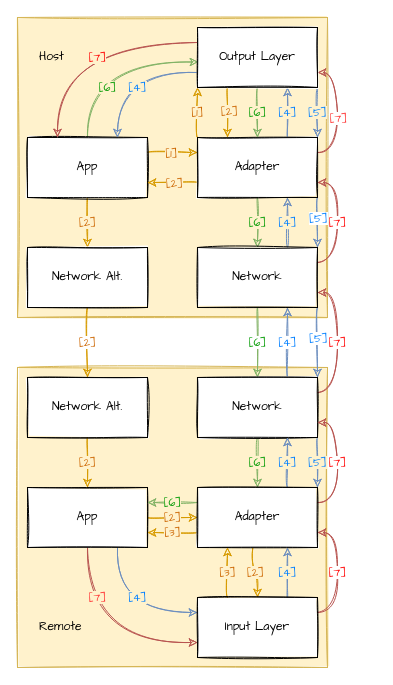
This is protocol.drawio from loreanvictor/observables-over-boundary, a draw.io file, before an edit. Source tidied: cells renumbered, new cells numbered last; positions are measured from the earlier drawing's top-left corner, leaving out a move shared by most shapes. Both pictures are drawn from the tidied source at 100%, with x=0, y=0 at pixel (17, 17).
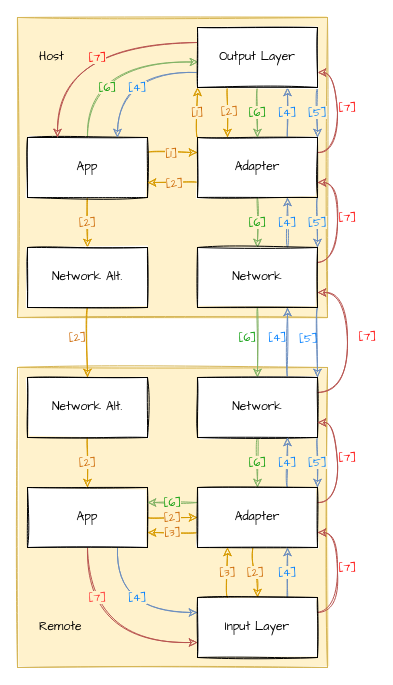
Above is the later version.

Unchanged cells that the change refers to:
```xml
<mxCell id="19" value="Adapter" style="whiteSpace=wrap;html=1;sketch=1;fontFamily=Comic Sans MS;" parent="1" vertex="1">
  <mxGeometry x="180" y="120" width="120" height="60" as="geometry" />
</mxCell>
<mxCell id="26" value="Output Layer" style="whiteSpace=wrap;html=1;sketch=1;fontFamily=Comic Sans MS;" parent="1" vertex="1">
  <mxGeometry x="180" y="10" width="120" height="60" as="geometry" />
</mxCell>
<mxCell id="28" value="Network Alt." style="whiteSpace=wrap;html=1;sketch=1;fontFamily=Comic Sans MS;" parent="1" vertex="1">
  <mxGeometry x="10" y="230" width="120" height="60" as="geometry" />
</mxCell>
<mxCell id="30" style="edgeStyle=orthogonalEdgeStyle;jettySize=auto;html=1;exitX=1;exitY=1;exitDx=0;exitDy=0;entryX=1;entryY=0;entryDx=0;entryDy=0;curved=1;sketch=1;fillColor=#dae8fc;strokeColor=#6c8ebf;fontFamily=Comic Sans MS;fontColor=#007FFF;" parent="1" edge="1" source="34" target="47">
  <mxGeometry relative="1" as="geometry" />
</mxCell>
<mxCell id="34" value="Network" style="whiteSpace=wrap;html=1;sketch=1;fontFamily=Comic Sans MS;" parent="1" vertex="1">
  <mxGeometry x="180" y="230" width="120" height="60" as="geometry" />
</mxCell>
<mxCell id="38" value="Network Alt." style="whiteSpace=wrap;html=1;sketch=1;fontFamily=Comic Sans MS;" parent="1" vertex="1">
  <mxGeometry x="10" y="360" width="120" height="60" as="geometry" />
</mxCell>
<mxCell id="47" value="Network" style="whiteSpace=wrap;html=1;sketch=1;fontFamily=Comic Sans MS;" parent="1" vertex="1">
  <mxGeometry x="180" y="360" width="120" height="60" as="geometry" />
</mxCell>
<mxCell id="53" value="Adapter" style="whiteSpace=wrap;html=1;sketch=1;fontFamily=Comic Sans MS;" parent="1" vertex="1">
  <mxGeometry x="180" y="470" width="120" height="60" as="geometry" />
</mxCell>
<mxCell id="57" value="Input Layer" style="whiteSpace=wrap;html=1;sketch=1;fontFamily=Comic Sans MS;" parent="1" vertex="1">
  <mxGeometry x="180" y="580" width="120" height="60" as="geometry" />
</mxCell>
```

What changed in the source:
```diff
@@
-    <mxCell id="14" style="edgeStyle=orthogonalEdgeStyle;jettySize=auto;html=1;exitX=1;exitY=1;exitDx=0;exitDy=0;entryX=1;entryY=0;entryDx=0;entryDy=0;curved=1;sketch=1;fillColor=#dae8fc;strokeColor=#6c8ebf;fontFamily=Comic Sans MS;fontColor=#007FFF;labelBackgroundColor=#FFF2CC;" parent="1" edge="1" source="19" target="34">
+    <mxCell id="14" value="[5]" style="edgeStyle=orthogonalEdgeStyle;jettySize=auto;html=1;exitX=1;exitY=1;exitDx=0;exitDy=0;entryX=1;entryY=0;entryDx=0;entryDy=0;curved=1;sketch=1;fillColor=#dae8fc;strokeColor=#6c8ebf;fontFamily=Comic Sans MS;fontColor=#007FFF;labelBackgroundColor=#FFF2CC;" parent="1" edge="1" source="19" target="34">
       <mxGeometry relative="1" as="geometry" />
     </mxCell>
-    <mxCell id="15" value="[5]" style="edgeLabel;html=1;align=center;verticalAlign=middle;sketch=1;fontFamily=Comic Sans MS;fontColor=#007FFF;" parent="14" vertex="1">
-      <mxGeometry x="-0.48" y="-1" relative="1" as="geometry">
-        <mxPoint x="1" y="7.1" as="offset" />
-      </mxGeometry>
-    </mxCell>
@@
-    <mxCell id="17" style="edgeStyle=orthogonalEdgeStyle;jettySize=auto;html=1;exitX=1;exitY=0.25;exitDx=0;exitDy=0;entryX=1;entryY=0.75;entryDx=0;entryDy=0;curved=1;sketch=1;fontFamily=Comic Sans MS;fillColor=#f8cecc;strokeColor=#b85450;fontColor=#FF0000;" parent="1" edge="1" source="19" target="26">
-      <mxGeometry relative="1" as="geometry" />
+    <mxCell id="17" value="[7]" style="edgeStyle=orthogonalEdgeStyle;jettySize=auto;html=1;exitX=1;exitY=0.25;exitDx=0;exitDy=0;entryX=1;entryY=0.75;entryDx=0;entryDy=0;curved=1;sketch=1;fontFamily=Comic Sans MS;fillColor=#f8cecc;strokeColor=#b85450;fontColor=#FF0000;labelBackgroundColor=none;" parent="1" edge="1" source="19" target="26">
+      <mxGeometry x="0.08" y="-10" relative="1" as="geometry" />
     </mxCell>
-    <mxCell id="18" value="[7]" style="edgeLabel;html=1;align=center;verticalAlign=middle;sketch=1;fontFamily=Comic Sans MS;fontColor=#FF3333;labelBackgroundColor=#ffffff;" parent="17" vertex="1">
-      <mxGeometry x="-0.09" relative="1" as="geometry" />
-    </mxCell>
@@
-    <mxCell id="27" value="[2]" style="edgeStyle=orthogonalEdgeStyle;jettySize=auto;html=1;exitX=0.5;exitY=1;exitDx=0;exitDy=0;entryX=0.5;entryY=0;entryDx=0;entryDy=0;curved=1;fillColor=#ffe6cc;strokeColor=#d79b00;sketch=1;fontFamily=Comic Sans MS;fontColor=#CC6600;" parent="1" edge="1" source="28" target="38">
-      <mxGeometry relative="1" as="geometry" />
+    <mxCell id="27" value="[2]" style="edgeStyle=orthogonalEdgeStyle;jettySize=auto;html=1;exitX=0.5;exitY=1;exitDx=0;exitDy=0;entryX=0.5;entryY=0;entryDx=0;entryDy=0;curved=1;fillColor=#ffe6cc;strokeColor=#d79b00;sketch=1;fontFamily=Comic Sans MS;fontColor=#CC6600;labelBackgroundColor=none;" parent="1" edge="1" source="28" target="38">
+      <mxGeometry x="-0.14" y="-10" relative="1" as="geometry" />
     </mxCell>
@@
-    <mxCell id="31" value="[5]" style="edgeLabel;html=1;align=center;verticalAlign=middle;sketch=1;fontFamily=Comic Sans MS;fontColor=#007FFF;" parent="30" vertex="1">
+    <mxCell id="31" value="[5]" style="edgeLabel;html=1;align=center;verticalAlign=middle;sketch=1;fontFamily=Comic Sans MS;fontColor=#007FFF;labelBackgroundColor=none;" parent="30" vertex="1">
       <mxGeometry x="0.25" relative="1" as="geometry">
-        <mxPoint y="-13.8" as="offset" />
+        <mxPoint x="-10" y="-13.8" as="offset" />
       </mxGeometry>
     </mxCell>
-    <mxCell id="32" value="[6]" style="edgeStyle=orthogonalEdgeStyle;jettySize=auto;html=1;exitX=0.5;exitY=1;exitDx=0;exitDy=0;entryX=0.5;entryY=0;entryDx=0;entryDy=0;curved=1;sketch=1;fontFamily=Comic Sans MS;fillColor=#d5e8d4;strokeColor=#82b366;fontColor=#009900;" parent="1" edge="1" source="34" target="47">
-      <mxGeometry relative="1" as="geometry" />
+    <mxCell id="32" value="[6]" style="edgeStyle=orthogonalEdgeStyle;jettySize=auto;html=1;exitX=0.5;exitY=1;exitDx=0;exitDy=0;entryX=0.5;entryY=0;entryDx=0;entryDy=0;curved=1;sketch=1;fontFamily=Comic Sans MS;fillColor=#d5e8d4;strokeColor=#82b366;fontColor=#009900;labelBackgroundColor=none;" parent="1" edge="1" source="34" target="47">
+      <mxGeometry x="-0.14" y="-10" relative="1" as="geometry" />
     </mxCell>
-    <mxCell id="33" value="[7]" style="edgeStyle=orthogonalEdgeStyle;jettySize=auto;html=1;exitX=1;exitY=0.25;exitDx=0;exitDy=0;entryX=1;entryY=0.75;entryDx=0;entryDy=0;curved=1;sketch=1;fontFamily=Comic Sans MS;fillColor=#f8cecc;strokeColor=#b85450;fontColor=#FF0000;" parent="1" edge="1" source="34" target="19">
-      <mxGeometry relative="1" as="geometry" />
+    <mxCell id="33" value="[7]" style="edgeStyle=orthogonalEdgeStyle;jettySize=auto;html=1;exitX=1;exitY=0.25;exitDx=0;exitDy=0;entryX=1;entryY=0.75;entryDx=0;entryDy=0;curved=1;sketch=1;fontFamily=Comic Sans MS;fillColor=#f8cecc;strokeColor=#b85450;fontColor=#FF0000;labelBackgroundColor=none;" parent="1" edge="1" source="34" target="19">
+      <mxGeometry x="0.08" y="-10" relative="1" as="geometry" />
     </mxCell>
@@
-    <mxCell id="43" value="[4]" style="edgeStyle=orthogonalEdgeStyle;jettySize=auto;html=1;exitX=0.75;exitY=0;exitDx=0;exitDy=0;entryX=0.75;entryY=1;entryDx=0;entryDy=0;curved=1;fillColor=#dae8fc;strokeColor=#6c8ebf;sketch=1;fontFamily=Comic Sans MS;fontColor=#007FFF;" parent="1" edge="1" source="47" target="34">
-      <mxGeometry relative="1" as="geometry" />
+    <mxCell id="43" value="[4]" style="edgeStyle=orthogonalEdgeStyle;jettySize=auto;html=1;exitX=0.75;exitY=0;exitDx=0;exitDy=0;entryX=0.75;entryY=1;entryDx=0;entryDy=0;curved=1;fillColor=#dae8fc;strokeColor=#6c8ebf;sketch=1;fontFamily=Comic Sans MS;fontColor=#007FFF;labelBackgroundColor=none;" parent="1" edge="1" source="47" target="34">
+      <mxGeometry x="0.14" y="10" relative="1" as="geometry" />
     </mxCell>
@@
-    <mxCell id="46" value="[7]" style="edgeStyle=orthogonalEdgeStyle;jettySize=auto;html=1;exitX=1;exitY=0.25;exitDx=0;exitDy=0;entryX=1;entryY=0.75;entryDx=0;entryDy=0;curved=1;sketch=1;fontFamily=Comic Sans MS;fillColor=#f8cecc;strokeColor=#b85450;fontColor=#FF0000;" parent="1" edge="1" source="47" target="34">
-      <mxGeometry relative="1" as="geometry" />
+    <mxCell id="46" value="[7]" style="edgeStyle=orthogonalEdgeStyle;jettySize=auto;html=1;exitX=1;exitY=0.25;exitDx=0;exitDy=0;entryX=1;entryY=0.75;entryDx=0;entryDy=0;curved=1;sketch=1;fontFamily=Comic Sans MS;fillColor=#f8cecc;strokeColor=#b85450;fontColor=#FF0000;labelBackgroundColor=none;" parent="1" edge="1" source="47" target="34">
+      <mxGeometry x="0.07" y="-20" relative="1" as="geometry">
+        <Array as="points">
+          <mxPoint x="330" y="375" />
+          <mxPoint x="330" y="275" />
+        </Array>
+      </mxGeometry>
     </mxCell>
@@
-    <mxCell id="52" value="[7]" style="edgeStyle=orthogonalEdgeStyle;jettySize=auto;html=1;exitX=1;exitY=0.25;exitDx=0;exitDy=0;entryX=1;entryY=0.75;entryDx=0;entryDy=0;curved=1;sketch=1;fontFamily=Comic Sans MS;fillColor=#f8cecc;strokeColor=#b85450;fontColor=#FF0000;" parent="1" edge="1" source="53" target="47">
-      <mxGeometry relative="1" as="geometry" />
+    <mxCell id="52" value="[7]" style="edgeStyle=orthogonalEdgeStyle;jettySize=auto;html=1;exitX=1;exitY=0.25;exitDx=0;exitDy=0;entryX=1;entryY=0.75;entryDx=0;entryDy=0;curved=1;sketch=1;fontFamily=Comic Sans MS;fillColor=#f8cecc;strokeColor=#b85450;fontColor=#FF0000;labelBackgroundColor=none;" parent="1" edge="1" source="53" target="47">
+      <mxGeometry x="0.08" y="-10" relative="1" as="geometry" />
     </mxCell>
@@
-    <mxCell id="56" value="[7]" style="edgeStyle=orthogonalEdgeStyle;curved=1;rounded=1;jettySize=auto;html=1;exitX=1;exitY=0.25;exitDx=0;exitDy=0;entryX=1;entryY=0.75;entryDx=0;entryDy=0;sketch=1;fontFamily=Comic Sans MS;fillColor=#f8cecc;strokeColor=#b85450;fontColor=#FF0000;" parent="1" edge="1" source="57" target="53">
-      <mxGeometry relative="1" as="geometry" />
+    <mxCell id="56" value="[7]" style="edgeStyle=orthogonalEdgeStyle;curved=1;rounded=1;jettySize=auto;html=1;exitX=1;exitY=0.25;exitDx=0;exitDy=0;entryX=1;entryY=0.75;entryDx=0;entryDy=0;sketch=1;fontFamily=Comic Sans MS;fillColor=#f8cecc;strokeColor=#b85450;fontColor=#FF0000;labelBackgroundColor=none;" parent="1" edge="1" source="57" target="53">
+      <mxGeometry x="0.08" y="-10" relative="1" as="geometry" />
     </mxCell>
```
